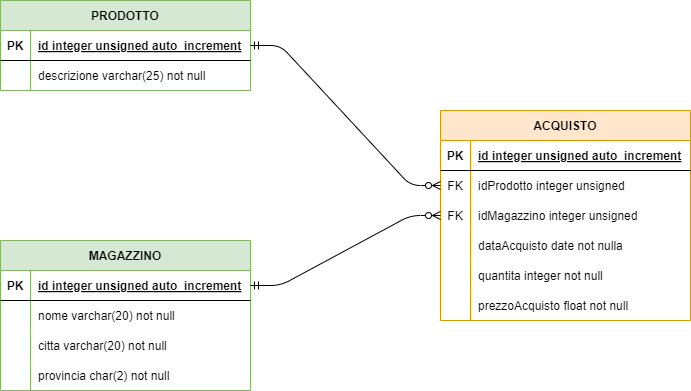
Earlier version of the draw.io export AS_2024_2025/5B-Informatica/cs02pag122/2.0/docs/er.drawio.png (CescoP81/GalileiOstiglia). Source tidied: cells renumbered, new cells last; positions are measured from the earlier drawing's top-left corner, leaving out a move shared by most shapes. Source of this version:
```xml
<mxGraphModel>
  <root>
    <mxCell id="0" />
    <mxCell id="1" parent="0" />
    <mxCell id="2" value="PRODOTTO" style="shape=table;startSize=30;rowLines=0;fontStyle=1;align=center;fillColor=#d5e8d4;strokeColor=#82b366;" parent="1" vertex="1">
      <mxGeometry width="250" height="90" as="geometry" />
    </mxCell>
    <mxCell id="3" style="shape=tableRow;horizontal=0;startSize=0;swimlaneHead=0;swimlaneBody=0;fillColor=none;points=[[0,0.5],[1,0.5]];portConstraint=eastwest;top=0;left=0;right=0;bottom=1;" parent="2" vertex="1">
      <mxGeometry y="30" width="250" height="30" as="geometry" />
    </mxCell>
    <mxCell id="4" value="PK" style="shape=partialRectangle;fillColor=none;top=0;left=0;bottom=0;right=0;fontStyle=1;overflow=hidden;" parent="3" vertex="1">
      <mxGeometry width="30" height="30" as="geometry" />
    </mxCell>
    <mxCell id="5" value="id integer unsigned auto_increment" style="shape=partialRectangle;fillColor=none;top=0;left=0;bottom=0;right=0;align=left;spacingLeft=6;fontStyle=5;overflow=hidden;" parent="3" vertex="1">
      <mxGeometry x="30" width="220" height="30" as="geometry" />
    </mxCell>
    <mxCell id="6" style="shape=tableRow;horizontal=0;startSize=0;swimlaneHead=0;swimlaneBody=0;fillColor=none;top=0;left=0;right=0;bottom=0;" parent="2" vertex="1">
      <mxGeometry y="60" width="250" height="30" as="geometry" />
    </mxCell>
    <mxCell id="7" style="shape=partialRectangle;fillColor=none;top=0;left=0;bottom=0;right=0;overflow=hidden;" parent="6" vertex="1">
      <mxGeometry width="30" height="30" as="geometry" />
    </mxCell>
    <mxCell id="8" value="descrizione varchar(25) not null" style="shape=partialRectangle;fillColor=none;top=0;left=0;bottom=0;right=0;align=left;spacingLeft=6;overflow=hidden;" parent="6" vertex="1">
      <mxGeometry x="30" width="220" height="30" as="geometry" />
    </mxCell>
    <mxCell id="9" value="MAGAZZINO" style="shape=table;startSize=30;rowLines=0;fontStyle=1;align=center;fillColor=#d5e8d4;strokeColor=#82b366;" parent="1" vertex="1">
      <mxGeometry y="240" width="250" height="150" as="geometry" />
    </mxCell>
    <mxCell id="10" style="shape=tableRow;horizontal=0;startSize=0;swimlaneHead=0;swimlaneBody=0;fillColor=none;points=[[0,0.5],[1,0.5]];portConstraint=eastwest;top=0;left=0;right=0;bottom=1;" parent="9" vertex="1">
      <mxGeometry y="30" width="250" height="30" as="geometry" />
    </mxCell>
    <mxCell id="11" value="PK" style="shape=partialRectangle;fillColor=none;top=0;left=0;bottom=0;right=0;fontStyle=1;overflow=hidden;" parent="10" vertex="1">
      <mxGeometry width="30" height="30" as="geometry" />
    </mxCell>
    <mxCell id="12" value="id integer unsigned auto_increment" style="shape=partialRectangle;fillColor=none;top=0;left=0;bottom=0;right=0;align=left;spacingLeft=6;fontStyle=5;overflow=hidden;" parent="10" vertex="1">
      <mxGeometry x="30" width="220" height="30" as="geometry" />
    </mxCell>
    <mxCell id="13" style="shape=tableRow;horizontal=0;startSize=0;swimlaneHead=0;swimlaneBody=0;fillColor=none;top=0;left=0;right=0;bottom=0;" parent="9" vertex="1">
      <mxGeometry y="60" width="250" height="30" as="geometry" />
    </mxCell>
    <mxCell id="14" style="shape=partialRectangle;fillColor=none;top=0;left=0;bottom=0;right=0;overflow=hidden;" parent="13" vertex="1">
      <mxGeometry width="30" height="30" as="geometry" />
    </mxCell>
    <mxCell id="15" value="nome varchar(20) not null" style="shape=partialRectangle;fillColor=none;top=0;left=0;bottom=0;right=0;align=left;spacingLeft=6;overflow=hidden;" parent="13" vertex="1">
      <mxGeometry x="30" width="220" height="30" as="geometry" />
    </mxCell>
    <mxCell id="16" style="shape=tableRow;horizontal=0;startSize=0;swimlaneHead=0;swimlaneBody=0;fillColor=none;top=0;left=0;right=0;bottom=0;" parent="9" vertex="1">
      <mxGeometry y="90" width="250" height="30" as="geometry" />
    </mxCell>
    <mxCell id="17" style="shape=partialRectangle;fillColor=none;top=0;left=0;bottom=0;right=0;overflow=hidden;" parent="16" vertex="1">
      <mxGeometry width="30" height="30" as="geometry" />
    </mxCell>
    <mxCell id="18" value="citta varchar(20) not null" style="shape=partialRectangle;fillColor=none;top=0;left=0;bottom=0;right=0;align=left;spacingLeft=6;overflow=hidden;" parent="16" vertex="1">
      <mxGeometry x="30" width="220" height="30" as="geometry" />
    </mxCell>
    <mxCell id="19" style="shape=tableRow;horizontal=0;startSize=0;swimlaneHead=0;swimlaneBody=0;fillColor=none;top=0;left=0;right=0;bottom=0;" parent="9" vertex="1">
      <mxGeometry y="120" width="250" height="30" as="geometry" />
    </mxCell>
    <mxCell id="20" style="shape=partialRectangle;fillColor=none;top=0;left=0;bottom=0;right=0;overflow=hidden;" parent="19" vertex="1">
      <mxGeometry width="30" height="30" as="geometry" />
    </mxCell>
    <mxCell id="21" value="provincia char(2) not null" style="shape=partialRectangle;fillColor=none;top=0;left=0;bottom=0;right=0;align=left;spacingLeft=6;overflow=hidden;" parent="19" vertex="1">
      <mxGeometry x="30" width="220" height="30" as="geometry" />
    </mxCell>
    <mxCell id="22" value="ACQUISTO" style="shape=table;startSize=30;rowLines=0;fontStyle=1;align=center;fillColor=#ffe6cc;strokeColor=#d79b00;" parent="1" vertex="1">
      <mxGeometry x="440" y="110" width="250" height="210" as="geometry" />
    </mxCell>
    <mxCell id="23" style="shape=tableRow;horizontal=0;startSize=0;swimlaneHead=0;swimlaneBody=0;fillColor=none;top=0;left=0;right=0;bottom=1;" parent="22" vertex="1">
      <mxGeometry y="30" width="250" height="30" as="geometry" />
    </mxCell>
    <mxCell id="24" value="PK" style="shape=partialRectangle;fillColor=none;top=0;left=0;bottom=0;right=0;fontStyle=1;overflow=hidden;" parent="23" vertex="1">
      <mxGeometry width="30" height="30" as="geometry" />
    </mxCell>
    <mxCell id="25" value="id integer unsigned auto_increment" style="shape=partialRectangle;fillColor=none;top=0;left=0;bottom=0;right=0;align=left;spacingLeft=6;fontStyle=5;overflow=hidden;" parent="23" vertex="1">
      <mxGeometry x="30" width="220" height="30" as="geometry" />
    </mxCell>
    <mxCell id="26" style="shape=tableRow;horizontal=0;startSize=0;swimlaneHead=0;swimlaneBody=0;fillColor=none;points=[[0,0.5],[1,0.5]];portConstraint=eastwest;top=0;left=0;right=0;bottom=0;" parent="22" vertex="1">
      <mxGeometry y="60" width="250" height="30" as="geometry" />
    </mxCell>
    <mxCell id="27" value="FK" style="shape=partialRectangle;fillColor=none;top=0;left=0;bottom=0;right=0;fontStyle=0;overflow=hidden;" parent="26" vertex="1">
      <mxGeometry width="30" height="30" as="geometry" />
    </mxCell>
    <mxCell id="28" value="idProdotto integer unsigned" style="shape=partialRectangle;fillColor=none;top=0;left=0;bottom=0;right=0;align=left;spacingLeft=6;fontStyle=0;overflow=hidden;" parent="26" vertex="1">
      <mxGeometry x="30" width="220" height="30" as="geometry" />
    </mxCell>
    <mxCell id="29" style="shape=tableRow;horizontal=0;startSize=0;swimlaneHead=0;swimlaneBody=0;fillColor=none;points=[[0,0.5],[1,0.5]];portConstraint=eastwest;top=0;left=0;right=0;bottom=0;" parent="22" vertex="1">
      <mxGeometry y="90" width="250" height="30" as="geometry" />
    </mxCell>
    <mxCell id="30" value="FK" style="shape=partialRectangle;fillColor=none;top=0;left=0;bottom=0;right=0;fontStyle=0;overflow=hidden;" parent="29" vertex="1">
      <mxGeometry width="30" height="30" as="geometry" />
    </mxCell>
    <mxCell id="31" value="idMagazzino integer unsigned" style="shape=partialRectangle;fillColor=none;top=0;left=0;bottom=0;right=0;align=left;spacingLeft=6;fontStyle=0;overflow=hidden;" parent="29" vertex="1">
      <mxGeometry x="30" width="220" height="30" as="geometry" />
    </mxCell>
    <mxCell id="32" style="shape=tableRow;horizontal=0;startSize=0;swimlaneHead=0;swimlaneBody=0;fillColor=none;top=0;left=0;right=0;bottom=0;" parent="22" vertex="1">
      <mxGeometry y="120" width="250" height="30" as="geometry" />
    </mxCell>
    <mxCell id="33" style="shape=partialRectangle;fillColor=none;top=0;left=0;bottom=0;right=0;overflow=hidden;" parent="32" vertex="1">
      <mxGeometry width="30" height="30" as="geometry" />
    </mxCell>
    <mxCell id="34" value="dataAcquisto date not nulla" style="shape=partialRectangle;fillColor=none;top=0;left=0;bottom=0;right=0;align=left;spacingLeft=6;overflow=hidden;" parent="32" vertex="1">
      <mxGeometry x="30" width="220" height="30" as="geometry" />
    </mxCell>
    <mxCell id="35" style="shape=tableRow;horizontal=0;startSize=0;swimlaneHead=0;swimlaneBody=0;fillColor=none;top=0;left=0;right=0;bottom=0;" parent="22" vertex="1">
      <mxGeometry y="150" width="250" height="30" as="geometry" />
    </mxCell>
    <mxCell id="36" style="shape=partialRectangle;fillColor=none;top=0;left=0;bottom=0;right=0;overflow=hidden;" parent="35" vertex="1">
      <mxGeometry width="30" height="30" as="geometry" />
    </mxCell>
    <mxCell id="37" value="quantita integer not null" style="shape=partialRectangle;fillColor=none;top=0;left=0;bottom=0;right=0;align=left;spacingLeft=6;overflow=hidden;" parent="35" vertex="1">
      <mxGeometry x="30" width="220" height="30" as="geometry" />
    </mxCell>
    <mxCell id="38" style="shape=tableRow;horizontal=0;startSize=0;swimlaneHead=0;swimlaneBody=0;fillColor=none;top=0;left=0;right=0;bottom=0;" parent="22" vertex="1">
      <mxGeometry y="180" width="250" height="30" as="geometry" />
    </mxCell>
    <mxCell id="39" style="shape=partialRectangle;fillColor=none;top=0;left=0;bottom=0;right=0;overflow=hidden;" parent="38" vertex="1">
      <mxGeometry width="30" height="30" as="geometry" />
    </mxCell>
    <mxCell id="40" value="prezzoAcquisto float not null" style="shape=partialRectangle;fillColor=none;top=0;left=0;bottom=0;right=0;align=left;spacingLeft=6;overflow=hidden;" parent="38" vertex="1">
      <mxGeometry x="30" width="220" height="30" as="geometry" />
    </mxCell>
    <mxCell id="41" style="edgeStyle=entityRelationEdgeStyle;fontSize=12;html=1;endArrow=ERzeroToMany;startArrow=ERmandOne;exitX=1;exitY=0.5;exitDx=0;exitDy=0;entryX=0;entryY=0.5;entryDx=0;entryDy=0;" parent="1" edge="1" source="3" target="26">
      <mxGeometry relative="1" as="geometry" />
    </mxCell>
    <mxCell id="42" style="edgeStyle=entityRelationEdgeStyle;fontSize=12;html=1;endArrow=ERzeroToMany;startArrow=ERmandOne;exitX=1;exitY=0.5;exitDx=0;exitDy=0;entryX=0;entryY=0.5;entryDx=0;entryDy=0;" parent="1" edge="1" source="10" target="29">
      <mxGeometry relative="1" as="geometry" />
    </mxCell>
  </root>
</mxGraphModel>
```
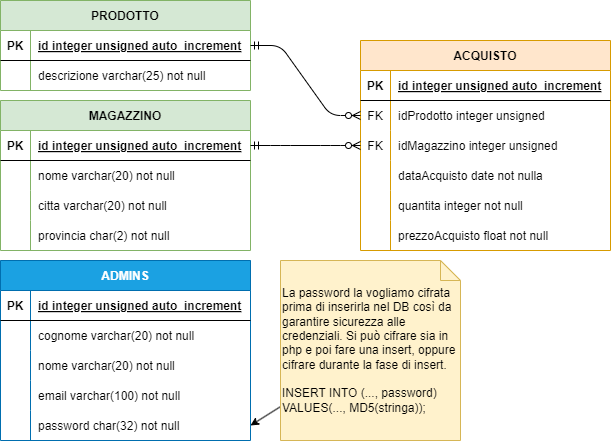
After the change.

The edit, as a diff of the source:
```diff
@@ -24,7 +24,7 @@
       <mxGeometry x="30" width="220" height="30" as="geometry" />
     </mxCell>
     <mxCell id="9" value="MAGAZZINO" style="shape=table;startSize=30;rowLines=0;fontStyle=1;align=center;fillColor=#d5e8d4;strokeColor=#82b366;" parent="1" vertex="1">
-      <mxGeometry y="240" width="250" height="150" as="geometry" />
+      <mxGeometry y="100" width="250" height="150" as="geometry" />
     </mxCell>
     <mxCell id="10" style="shape=tableRow;horizontal=0;startSize=0;swimlaneHead=0;swimlaneBody=0;fillColor=none;points=[[0,0.5],[1,0.5]];portConstraint=eastwest;top=0;left=0;right=0;bottom=1;" parent="9" vertex="1">
       <mxGeometry y="30" width="250" height="30" as="geometry" />
@@ -63,7 +63,7 @@
       <mxGeometry x="30" width="220" height="30" as="geometry" />
     </mxCell>
     <mxCell id="22" value="ACQUISTO" style="shape=table;startSize=30;rowLines=0;fontStyle=1;align=center;fillColor=#ffe6cc;strokeColor=#d79b00;" parent="1" vertex="1">
-      <mxGeometry x="440" y="110" width="250" height="210" as="geometry" />
+      <mxGeometry x="360" y="40" width="250" height="210" as="geometry" />
     </mxCell>
     <mxCell id="23" style="shape=tableRow;horizontal=0;startSize=0;swimlaneHead=0;swimlaneBody=0;fillColor=none;top=0;left=0;right=0;bottom=1;" parent="22" vertex="1">
       <mxGeometry y="30" width="250" height="30" as="geometry" />
@@ -125,5 +125,59 @@
     <mxCell id="42" style="edgeStyle=entityRelationEdgeStyle;fontSize=12;html=1;endArrow=ERzeroToMany;startArrow=ERmandOne;exitX=1;exitY=0.5;exitDx=0;exitDy=0;entryX=0;entryY=0.5;entryDx=0;entryDy=0;" parent="1" edge="1" source="10" target="29">
       <mxGeometry relative="1" as="geometry" />
     </mxCell>
+    <mxCell id="43" value="ADMINS" style="shape=table;startSize=30;rowLines=0;fontStyle=1;align=center;fillColor=#1ba1e2;strokeColor=#006EAF;fontColor=#ffffff;" parent="1" vertex="1">
+      <mxGeometry y="260" width="250" height="180" as="geometry" />
+    </mxCell>
+    <mxCell id="44" style="shape=tableRow;horizontal=0;startSize=0;swimlaneHead=0;swimlaneBody=0;fillColor=none;top=0;left=0;right=0;bottom=1;" parent="43" vertex="1">
+      <mxGeometry y="30" width="250" height="30" as="geometry" />
+    </mxCell>
+    <mxCell id="45" value="PK" style="shape=partialRectangle;fillColor=none;top=0;left=0;bottom=0;right=0;fontStyle=1;overflow=hidden;" parent="44" vertex="1">
+      <mxGeometry width="30" height="30" as="geometry" />
+    </mxCell>
+    <mxCell id="46" value="id integer unsigned auto_increment" style="shape=partialRectangle;fillColor=none;top=0;left=0;bottom=0;right=0;align=left;spacingLeft=6;fontStyle=5;overflow=hidden;" parent="44" vertex="1">
+      <mxGeometry x="30" width="220" height="30" as="geometry" />
+    </mxCell>
+    <mxCell id="47" style="shape=tableRow;horizontal=0;startSize=0;swimlaneHead=0;swimlaneBody=0;fillColor=none;top=0;left=0;right=0;bottom=0;" parent="43" vertex="1">
+      <mxGeometry y="60" width="250" height="30" as="geometry" />
+    </mxCell>
+    <mxCell id="48" style="shape=partialRectangle;fillColor=none;top=0;left=0;bottom=0;right=0;overflow=hidden;" parent="47" vertex="1">
+      <mxGeometry width="30" height="30" as="geometry" />
+    </mxCell>
+    <mxCell id="49" value="cognome varchar(20) not null" style="shape=partialRectangle;fillColor=none;top=0;left=0;bottom=0;right=0;align=left;spacingLeft=6;overflow=hidden;" parent="47" vertex="1">
+      <mxGeometry x="30" width="220" height="30" as="geometry" />
+    </mxCell>
+    <mxCell id="50" style="shape=tableRow;horizontal=0;startSize=0;swimlaneHead=0;swimlaneBody=0;fillColor=none;top=0;left=0;right=0;bottom=0;" parent="43" vertex="1">
+      <mxGeometry y="90" width="250" height="30" as="geometry" />
+    </mxCell>
+    <mxCell id="51" style="shape=partialRectangle;fillColor=none;top=0;left=0;bottom=0;right=0;overflow=hidden;" parent="50" vertex="1">
+      <mxGeometry width="30" height="30" as="geometry" />
+    </mxCell>
+    <mxCell id="52" value="nome varchar(20) not null" style="shape=partialRectangle;fillColor=none;top=0;left=0;bottom=0;right=0;align=left;spacingLeft=6;overflow=hidden;" parent="50" vertex="1">
+      <mxGeometry x="30" width="220" height="30" as="geometry" />
+    </mxCell>
+    <mxCell id="53" style="shape=tableRow;horizontal=0;startSize=0;swimlaneHead=0;swimlaneBody=0;fillColor=none;top=0;left=0;right=0;bottom=0;" parent="43" vertex="1">
+      <mxGeometry y="120" width="250" height="30" as="geometry" />
+    </mxCell>
+    <mxCell id="54" style="shape=partialRectangle;fillColor=none;top=0;left=0;bottom=0;right=0;overflow=hidden;" parent="53" vertex="1">
+      <mxGeometry width="30" height="30" as="geometry" />
+    </mxCell>
+    <mxCell id="55" value="email varchar(100) not null" style="shape=partialRectangle;fillColor=none;top=0;left=0;bottom=0;right=0;align=left;spacingLeft=6;overflow=hidden;" parent="53" vertex="1">
+      <mxGeometry x="30" width="220" height="30" as="geometry" />
+    </mxCell>
+    <mxCell id="56" style="shape=tableRow;horizontal=0;startSize=0;swimlaneHead=0;swimlaneBody=0;fillColor=none;points=[[0,0.5],[1,0.5]];portConstraint=eastwest;top=0;left=0;right=0;bottom=0;" parent="43" vertex="1">
+      <mxGeometry y="150" width="250" height="30" as="geometry" />
+    </mxCell>
+    <mxCell id="57" style="shape=partialRectangle;fillColor=none;top=0;left=0;bottom=0;right=0;overflow=hidden;" parent="56" vertex="1">
+      <mxGeometry width="30" height="30" as="geometry" />
+    </mxCell>
+    <mxCell id="58" value="password char(32) not null" style="shape=partialRectangle;fillColor=none;top=0;left=0;bottom=0;right=0;align=left;spacingLeft=6;overflow=hidden;" parent="56" vertex="1">
+      <mxGeometry x="30" width="220" height="30" as="geometry" />
+    </mxCell>
+    <mxCell id="59" style="edgeStyle=none;html=1;exitX=0.003;exitY=0.81;exitDx=0;exitDy=0;exitPerimeter=0;entryX=1;entryY=0.5;entryDx=0;entryDy=0;" parent="1" edge="1" source="60" target="56">
+      <mxGeometry relative="1" as="geometry" />
+    </mxCell>
+    <mxCell id="60" value="&lt;span style=&quot;&quot;&gt;La password la vogliamo cifrata prima di inserirla nel DB così da garantire sicurezza alle credenziali. Si può cifrare sia in php e poi fare una insert, oppure cifrare durante la fase di insert.&lt;br&gt;&lt;br&gt;INSERT INTO (..., password) VALUES(..., MD5(stringa));&lt;/span&gt;" style="shape=note;size=20;whiteSpace=wrap;html=1;align=left;fillColor=#fff2cc;strokeColor=#d6b656;" parent="1" vertex="1">
+      <mxGeometry x="280" y="260" width="180" height="180" as="geometry" />
+    </mxCell>
   </root>
 </mxGraphModel>
```
